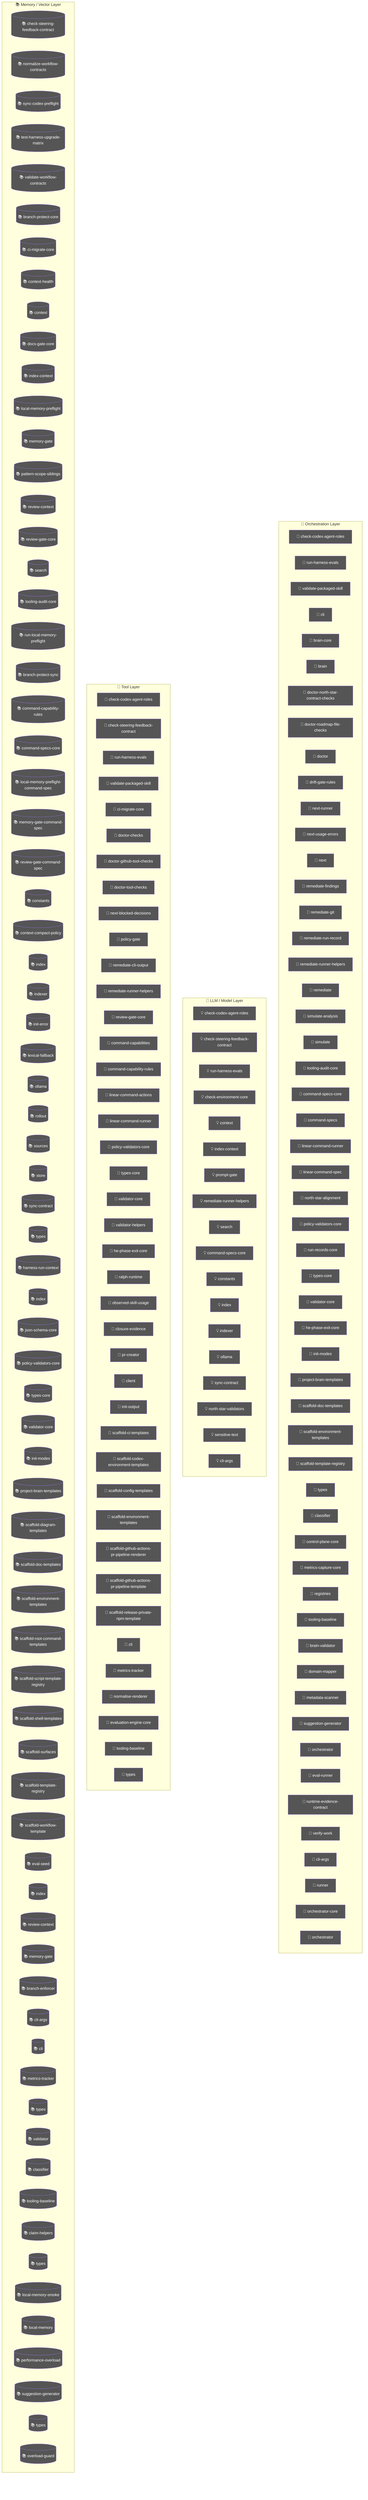
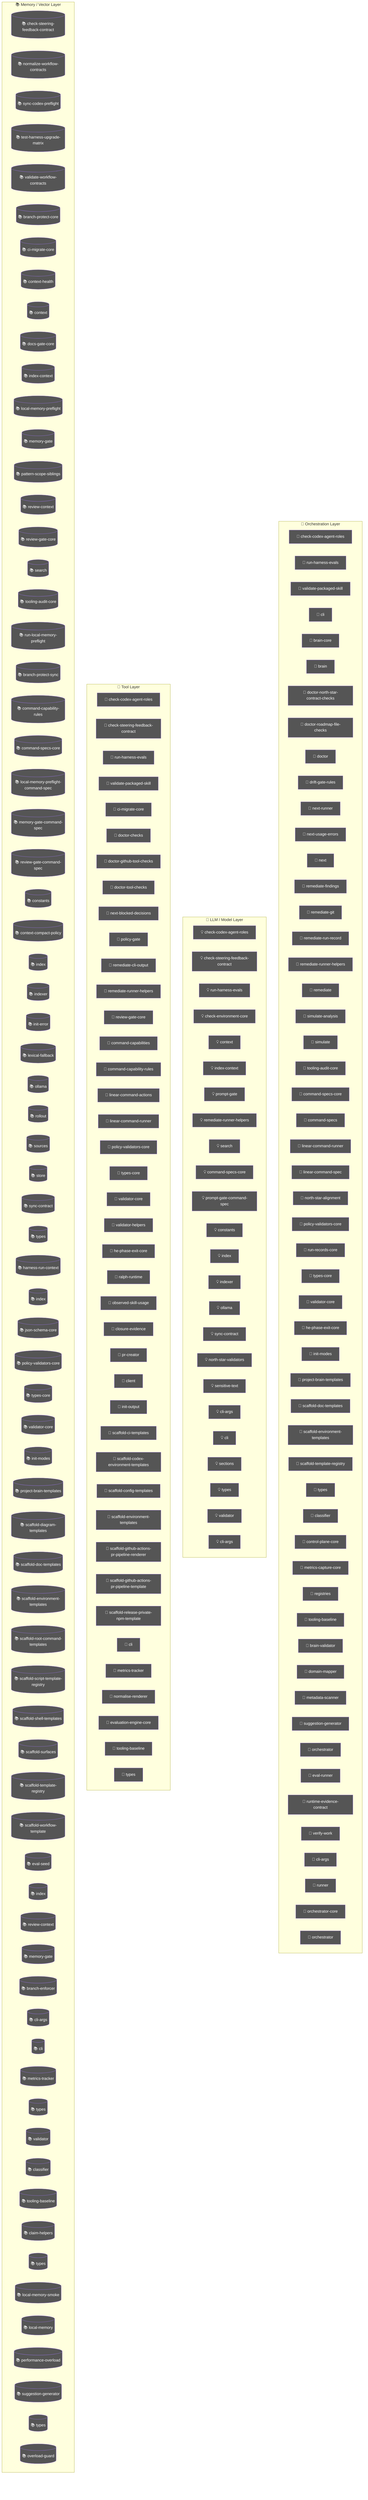
flowchart TD
  subgraph Orchestration["🎯 Orchestration Layer"]
    node_agent_mmd_orchestration_layer_orchestration_chec_7a9f0b64["🤖 check-codex-agent-roles"]
    node_agent_mmd_orchestration_layer_orchestration_run__18817957["🤖 run-harness-evals"]
    node_agent_mmd_orchestration_layer_orchestration_vali_c01b04be["🤖 validate-packaged-skill"]
    cli_99bb8840["🤖 cli"]
    brain_core_aa07c380["🤖 brain-core"]
    brain_bbbf7a64["🤖 brain"]
    doctor_north_star_contract_checks_0048124c["🤖 doctor-north-star-contract-checks"]
    doctor_roadmap_file_checks_14447b8e["🤖 doctor-roadmap-file-checks"]
    doctor_72f4be89["🤖 doctor"]
    drift_gate_rules_9685e72d["🤖 drift-gate-rules"]
    next_runner_41643472["🤖 next-runner"]
    next_usage_errors_837a345a["🤖 next-usage-errors"]
    next_c6c1c9a9["🤖 next"]
    remediate_findings_8b09c8c6["🤖 remediate-findings"]
    remediate_git_58c6f6f4["🤖 remediate-git"]
    remediate_run_record_9dfe5dc1["🤖 remediate-run-record"]
    node_agent_mmd_orchestration_layer_orchestration_reme_359fe98f["🤖 remediate-runner-helpers"]
    remediate_06b9c7fc["🤖 remediate"]
    simulate_analysis_164a460c["🤖 simulate-analysis"]
    simulate_b9efe395["🤖 simulate"]
    node_agent_mmd_orchestration_layer_orchestration_tool_acfe0c01["🤖 tooling-audit-core"]
    node_agent_mmd_orchestration_layer_orchestration_comm_1f8cc24c["🤖 command-specs-core"]
    command_specs_69167c63["🤖 command-specs"]
    node_agent_mmd_orchestration_layer_orchestration_line_b67affd5["🤖 linear-command-runner"]
    linear_command_spec_1e12dd44["🤖 linear-command-spec"]
    north_star_alignment_00440188["🤖 north-star-alignment"]
    node_agent_mmd_orchestration_layer_orchestration_poli_3270b55d["🤖 policy-validators-core"]
    run_records_core_89286dfa["🤖 run-records-core"]
    node_agent_mmd_orchestration_layer_orchestration_type_7cf81261["🤖 types-core"]
    node_agent_mmd_orchestration_layer_orchestration_vali_d9fe99e6["🤖 validator-core"]
    node_agent_mmd_orchestration_layer_orchestration_he_p_fc778c24["🤖 he-phase-exit-core"]
    node_agent_mmd_orchestration_layer_orchestration_init_2a9c3ecb["🤖 init-modes"]
    node_agent_mmd_orchestration_layer_orchestration_proj_6ab6f60f["🤖 project-brain-templates"]
    node_agent_mmd_orchestration_layer_orchestration_scaf_12cc07db["🤖 scaffold-doc-templates"]
    node_agent_mmd_orchestration_layer_orchestration_scaf_c9a90c2f["🤖 scaffold-environment-templates"]
    node_agent_mmd_orchestration_layer_orchestration_scaf_ff8f92f6["🤖 scaffold-template-registry"]
    types_9_1db4641f["🤖 types"]
    node_agent_mmd_orchestration_layer_orchestration_clas_899b821a["🤖 classifier"]
    control_plane_core_db3b4cb2["🤖 control-plane-core"]
    metrics_capture_core_db4bf7cf["🤖 metrics-capture-core"]
    registries_06402afa["🤖 registries"]
    node_agent_mmd_orchestration_layer_orchestration_tool_cc43149f["🤖 tooling-baseline"]
    brain_validator_be251832["🤖 brain-validator"]
    domain_mapper_cd9333d2["🤖 domain-mapper"]
    metadata_scanner_6a101b66["🤖 metadata-scanner"]
    node_agent_mmd_orchestration_layer_orchestration_sugg_85c5ebe3["🤖 suggestion-generator"]
    orchestrator_11376b7e["🤖 orchestrator"]
    eval_runner_0966a6b3["🤖 eval-runner"]
    runtime_evidence_contract_0f7b15b2["🤖 runtime-evidence-contract"]
    verify_work_1_cd8e7ec3["🤖 verify-work"]
-     cli_args_7_16dab031["🤖 cli-args"]
+     cli_args_8_d546936e["🤖 cli-args"]
    runner_527aa9f4["🤖 runner"]
    orchestrator_core_d0678b53["🤖 orchestrator-core"]
    orchestrator_1_6b7137c5["🤖 orchestrator"]
  end
  subgraph LLMLayer["🧠 LLM / Model Layer"]
    node_agent_mmd_llm_model_layer_llmlayer_check_codex_a_29e7b7fa["💡 check-codex-agent-roles"]
    node_agent_mmd_llm_model_layer_llmlayer_check_steerin_a7dbbd2f["💡 check-steering-feedback-contract"]
    node_agent_mmd_llm_model_layer_llmlayer_run_harness_e_603fcfdc["💡 run-harness-evals"]
    check_environment_core_2c16213f["💡 check-environment-core"]
    node_agent_mmd_llm_model_layer_llmlayer_context_conte_ad2dfbd9["💡 context"]
    node_agent_mmd_llm_model_layer_llmlayer_index_context_1041bd11["💡 index-context"]
    prompt_gate_c5e9d207["💡 prompt-gate"]
    node_agent_mmd_llm_model_layer_llmlayer_remediate_run_9e3d4585["💡 remediate-runner-helpers"]
    node_agent_mmd_llm_model_layer_llmlayer_search_search_66b9a911["💡 search"]
    node_agent_mmd_llm_model_layer_llmlayer_command_specs_782af9fa["💡 command-specs-core"]
+     prompt_gate_command_spec_9a941482["💡 prompt-gate-command-spec"]
    node_agent_mmd_llm_model_layer_llmlayer_constants_con_c9bd3f6c["💡 constants"]
    node_agent_mmd_llm_model_layer_llmlayer_index_index_1_02e160ff["💡 index"]
    node_agent_mmd_llm_model_layer_llmlayer_indexer_index_4f4deef5["💡 indexer"]
    node_agent_mmd_llm_model_layer_llmlayer_ollama_ollama_968b23fa["💡 ollama"]
    node_agent_mmd_llm_model_layer_llmlayer_sync_contract_9f3cc8c1["💡 sync-contract"]
    north_star_validators_cfc926ce["💡 north-star-validators"]
    sensitive_text_7c11f760["💡 sensitive-text"]
    cli_args_5_09ea29f0["💡 cli-args"]
+     cli_6_eac72be2["💡 cli"]
+     sections_4697ef32["💡 sections"]
+     types_19_eb4ad5f0["💡 types"]
+     validator_6_3688adbf["💡 validator"]
+     cli_args_6_be6244ad["💡 cli-args"]
  end
  subgraph ToolLayer["🔧 Tool Layer"]
    node_agent_mmd_tool_layer_toollayer_check_codex_agent_4b361d5a["🔧 check-codex-agent-roles"]
    node_agent_mmd_tool_layer_toollayer_check_steering_fe_84ed22c2["🔧 check-steering-feedback-contract"]
    node_agent_mmd_tool_layer_toollayer_run_harness_evals_e2ee24f1["🔧 run-harness-evals"]
    node_agent_mmd_tool_layer_toollayer_validate_packaged_f6ed6f12["🔧 validate-packaged-skill"]
    node_agent_mmd_tool_layer_toollayer_ci_migrate_core_c_049f8460["🔧 ci-migrate-core"]
    doctor_checks_5a2eb2b9["🔧 doctor-checks"]
    doctor_github_tool_checks_a53b0382["🔧 doctor-github-tool-checks"]
    doctor_tool_checks_4acac51a["🔧 doctor-tool-checks"]
    next_blocked_decisions_4140ad2b["🔧 next-blocked-decisions"]
    policy_gate_213f7313["🔧 policy-gate"]
    remediate_cli_output_cc165396["🔧 remediate-cli-output"]
    node_agent_mmd_tool_layer_toollayer_remediate_runner__c003b871["🔧 remediate-runner-helpers"]
    node_agent_mmd_tool_layer_toollayer_review_gate_core__7704598b["🔧 review-gate-core"]
    command_capabilities_a4d5c71e["🔧 command-capabilities"]
    node_agent_mmd_tool_layer_toollayer_command_capabilit_e97a4615["🔧 command-capability-rules"]
    linear_command_actions_e430f4f4["🔧 linear-command-actions"]
    node_agent_mmd_tool_layer_toollayer_linear_command_ru_d6763748["🔧 linear-command-runner"]
    node_agent_mmd_tool_layer_toollayer_policy_validators_af136abf["🔧 policy-validators-core"]
    node_agent_mmd_tool_layer_toollayer_types_core_types__6c8319b6["🔧 types-core"]
    node_agent_mmd_tool_layer_toollayer_validator_core_va_6ef6131f["🔧 validator-core"]
    validator_helpers_7b927667["🔧 validator-helpers"]
    node_agent_mmd_tool_layer_toollayer_he_phase_exit_cor_af016160["🔧 he-phase-exit-core"]
    ralph_runtime_73d63c0e["🔧 ralph-runtime"]
    observed_skill_usage_ed7d5930["🔧 observed-skill-usage"]
    closure_evidence_aaa31467["🔧 closure-evidence"]
    pr_creator_dc6b1ea4["🔧 pr-creator"]
    client_948fe603["🔧 client"]
    init_output_360dce91["🔧 init-output"]
    scaffold_ci_templates_2afd6392["🔧 scaffold-ci-templates"]
    scaffold_codex_environment_templates_334fbbed["🔧 scaffold-codex-environment-templates"]
    scaffold_config_templates_4b80ce53["🔧 scaffold-config-templates"]
    node_agent_mmd_tool_layer_toollayer_scaffold_environm_c1afc013["🔧 scaffold-environment-templates"]
    scaffold_github_actions_pr_pipeline_renderer_1ee18de5["🔧 scaffold-github-actions-pr-pipeline-renderer"]
    scaffold_github_actions_pr_pipeline_template_e2b85f62["🔧 scaffold-github-actions-pr-pipeline-template"]
    scaffold_release_private_npm_template_075499f8["🔧 scaffold-release-private-npm-template"]
    node_agent_mmd_tool_layer_toollayer_cli_cli_2_1_32d9eeaf["🔧 cli"]
    node_agent_mmd_tool_layer_toollayer_metrics_tracker_m_4c9237d8["🔧 metrics-tracker"]
    normalise_renderer_85f2e563["🔧 normalise-renderer"]
    evaluation_engine_core_e054fe49["🔧 evaluation-engine-core"]
    node_agent_mmd_tool_layer_toollayer_tooling_baseline__61e66e9f["🔧 tooling-baseline"]
-     types_24_c63dc1a7["🔧 types"]
+     types_25_89d086aa["🔧 types"]
  end
  subgraph MemoryLayer["📚 Memory / Vector Layer"]
    node_agent_mmd_memory_vector_layer_memorylayer_check__d71f8993[("📚 check-steering-feedback-contract")]
    normalize_workflow_contracts_8701f1c8[("📚 normalize-workflow-contracts")]
    sync_codex_preflight_7e7a8dc2[("📚 sync-codex-preflight")]
    test_harness_upgrade_matrix_84113c4e[("📚 test-harness-upgrade-matrix")]
    validate_workflow_contracts_33dc063c[("📚 validate-workflow-contracts")]
    branch_protect_core_a8feb0fd[("📚 branch-protect-core")]
    node_agent_mmd_memory_vector_layer_memorylayer_ci_mig_0cd5b1a4[("📚 ci-migrate-core")]
    context_health_80bb7da9[("📚 context-health")]
    node_agent_mmd_memory_vector_layer_memorylayer_contex_78ceaaa9[("📚 context")]
    docs_gate_core_eb9b6c18[("📚 docs-gate-core")]
    node_agent_mmd_memory_vector_layer_memorylayer_index__6f3402d0[("📚 index-context")]
    local_memory_preflight_dcc36c42[("📚 local-memory-preflight")]
    memory_gate_a577a506[("📚 memory-gate")]
    pattern_scope_siblings_43abe000[("📚 pattern-scope-siblings")]
    review_context_ca6cf81d[("📚 review-context")]
    node_agent_mmd_memory_vector_layer_memorylayer_review_5bee9816[("📚 review-gate-core")]
    node_agent_mmd_memory_vector_layer_memorylayer_search_ac35cb7e[("📚 search")]
    node_agent_mmd_memory_vector_layer_memorylayer_toolin_a1185b8f[("📚 tooling-audit-core")]
    run_local_memory_preflight_36e92808[("📚 run-local-memory-preflight")]
    branch_protect_sync_570adb18[("📚 branch-protect-sync")]
    node_agent_mmd_memory_vector_layer_memorylayer_comman_c72a5d05[("📚 command-capability-rules")]
    node_agent_mmd_memory_vector_layer_memorylayer_comman_111eb454[("📚 command-specs-core")]
    local_memory_preflight_command_spec_9e23f3ce[("📚 local-memory-preflight-command-spec")]
    memory_gate_command_spec_dc9001a9[("📚 memory-gate-command-spec")]
    review_gate_command_spec_3187376a[("📚 review-gate-command-spec")]
    node_agent_mmd_memory_vector_layer_memorylayer_consta_702d3f46[("📚 constants")]
    context_compact_policy_3dcaf95d[("📚 context-compact-policy")]
    node_agent_mmd_memory_vector_layer_memorylayer_index__752bc61e[("📚 index")]
    node_agent_mmd_memory_vector_layer_memorylayer_indexe_93e6d86f[("📚 indexer")]
    init_error_5c7dd49f[("📚 init-error")]
    lexical_fallback_723e2b3e[("📚 lexical-fallback")]
    node_agent_mmd_memory_vector_layer_memorylayer_ollama_6d51be16[("📚 ollama")]
    rollout_a4fa034c[("📚 rollout")]
    sources_878a52fc[("📚 sources")]
    store_824d80d7[("📚 store")]
    node_agent_mmd_memory_vector_layer_memorylayer_sync_c_e43418bc[("📚 sync-contract")]
    types_4_822d0f88[("📚 types")]
    harness_run_context_ac7c77a9[("📚 harness-run-context")]
    index_1_faebc14e[("📚 index")]
    json_schema_core_96d7e328[("📚 json-schema-core")]
    node_agent_mmd_memory_vector_layer_memorylayer_policy_1944de42[("📚 policy-validators-core")]
    node_agent_mmd_memory_vector_layer_memorylayer_types__83f369fa[("📚 types-core")]
    node_agent_mmd_memory_vector_layer_memorylayer_valida_41034356[("📚 validator-core")]
    node_agent_mmd_memory_vector_layer_memorylayer_init_m_333d02c5[("📚 init-modes")]
    node_agent_mmd_memory_vector_layer_memorylayer_projec_3ae304d9[("📚 project-brain-templates")]
    scaffold_diagram_templates_dd88e83c[("📚 scaffold-diagram-templates")]
    node_agent_mmd_memory_vector_layer_memorylayer_scaffo_5fd73b94[("📚 scaffold-doc-templates")]
    node_agent_mmd_memory_vector_layer_memorylayer_scaffo_12b42341[("📚 scaffold-environment-templates")]
    scaffold_root_command_templates_404fed7f[("📚 scaffold-root-command-templates")]
    scaffold_script_template_registry_69312d4e[("📚 scaffold-script-template-registry")]
    scaffold_shell_templates_0ad0f915[("📚 scaffold-shell-templates")]
    scaffold_surfaces_12d6494e[("📚 scaffold-surfaces")]
    node_agent_mmd_memory_vector_layer_memorylayer_scaffo_a86eece1[("📚 scaffold-template-registry")]
    scaffold_workflow_template_92310587[("📚 scaffold-workflow-template")]
    eval_seed_5699fd3e[("📚 eval-seed")]
    index_4_013aa0e3[("📚 index")]
    review_context_1_e3afed15[("📚 review-context")]
    memory_gate_1_265164ac[("📚 memory-gate")]
    branch_enforcer_acb749cd[("📚 branch-enforcer")]
    cli_args_2_81c58cf7[("📚 cli-args")]
    node_agent_mmd_memory_vector_layer_memorylayer_cli_cl_1f1f89ab[("📚 cli")]
    node_agent_mmd_memory_vector_layer_memorylayer_metric_12562178[("📚 metrics-tracker")]
    types_11_4be3ee64[("📚 types")]
    validator_4_5180cf23[("📚 validator")]
    node_agent_mmd_memory_vector_layer_memorylayer_classi_1ebbf5ff[("📚 classifier")]
    node_agent_mmd_memory_vector_layer_memorylayer_toolin_14f86b00[("📚 tooling-baseline")]
    claim_helpers_20dc8387[("📚 claim-helpers")]
    types_16_0fae1112[("📚 types")]
    local_memory_smoke_1175abfc[("📚 local-memory-smoke")]
    local_memory_0db17ecc[("📚 local-memory")]
    performance_overload_c685bfcf[("📚 performance-overload")]
    node_agent_mmd_memory_vector_layer_memorylayer_sugges_267f408d[("📚 suggestion-generator")]
-     types_22_f3cf4a73[("📚 types")]
+     types_23_4352ee2e[("📚 types")]
    overload_guard_2748c559[("📚 overload-guard")]
  end
  classDef agentNode fill:#555,color:#fff
-   class node_agent_mmd_orchestration_layer_orchestration_chec_7a9f0b64,node_agent_mmd_llm_model_layer_llmlayer_check_codex_a_29e7b7fa,node_agent_mmd_tool_layer_toollayer_check_codex_agent_4b361d5a,node_agent_mmd_orchestration_layer_orchestration_run__18817957,node_agent_mmd_llm_model_layer_llmlayer_run_harness_e_603fcfdc,node_agent_mmd_tool_layer_toollayer_run_harness_evals_e2ee24f1,node_agent_mmd_orchestration_layer_orchestration_vali_c01b04be,node_agent_mmd_tool_layer_toollayer_validate_packaged_f6ed6f12,cli_99bb8840,brain_core_aa07c380,brain_bbbf7a64,doctor_north_star_contract_checks_0048124c,doctor_roadmap_file_checks_14447b8e,doctor_72f4be89,drift_gate_rules_9685e72d,next_runner_41643472,next_usage_errors_837a345a,next_c6c1c9a9,remediate_findings_8b09c8c6,remediate_git_58c6f6f4,remediate_run_record_9dfe5dc1,node_agent_mmd_orchestration_layer_orchestration_reme_359fe98f,node_agent_mmd_llm_model_layer_llmlayer_remediate_run_9e3d4585,node_agent_mmd_tool_layer_toollayer_remediate_runner__c003b871,remediate_06b9c7fc,simulate_analysis_164a460c,simulate_b9efe395,node_agent_mmd_orchestration_layer_orchestration_tool_acfe0c01,node_agent_mmd_memory_vector_layer_memorylayer_toolin_a1185b8f,node_agent_mmd_orchestration_layer_orchestration_comm_1f8cc24c,node_agent_mmd_llm_model_layer_llmlayer_command_specs_782af9fa,node_agent_mmd_memory_vector_layer_memorylayer_comman_111eb454,command_specs_69167c63,node_agent_mmd_orchestration_layer_orchestration_line_b67affd5,node_agent_mmd_tool_layer_toollayer_linear_command_ru_d6763748,linear_command_spec_1e12dd44,north_star_alignment_00440188,node_agent_mmd_orchestration_layer_orchestration_poli_3270b55d,node_agent_mmd_tool_layer_toollayer_policy_validators_af136abf,node_agent_mmd_memory_vector_layer_memorylayer_policy_1944de42,run_records_core_89286dfa,node_agent_mmd_orchestration_layer_orchestration_type_7cf81261,node_agent_mmd_tool_layer_toollayer_types_core_types__6c8319b6,node_agent_mmd_memory_vector_layer_memorylayer_types__83f369fa,node_agent_mmd_orchestration_layer_orchestration_vali_d9fe99e6,node_agent_mmd_tool_layer_toollayer_validator_core_va_6ef6131f,node_agent_mmd_memory_vector_layer_memorylayer_valida_41034356,node_agent_mmd_orchestration_layer_orchestration_he_p_fc778c24,node_agent_mmd_tool_layer_toollayer_he_phase_exit_cor_af016160,node_agent_mmd_orchestration_layer_orchestration_init_2a9c3ecb,node_agent_mmd_memory_vector_layer_memorylayer_init_m_333d02c5,node_agent_mmd_orchestration_layer_orchestration_proj_6ab6f60f,node_agent_mmd_memory_vector_layer_memorylayer_projec_3ae304d9,node_agent_mmd_orchestration_layer_orchestration_scaf_12cc07db,node_agent_mmd_memory_vector_layer_memorylayer_scaffo_5fd73b94,node_agent_mmd_orchestration_layer_orchestration_scaf_c9a90c2f,node_agent_mmd_tool_layer_toollayer_scaffold_environm_c1afc013,node_agent_mmd_memory_vector_layer_memorylayer_scaffo_12b42341,node_agent_mmd_orchestration_layer_orchestration_scaf_ff8f92f6,node_agent_mmd_memory_vector_layer_memorylayer_scaffo_a86eece1,types_9_1db4641f,node_agent_mmd_orchestration_layer_orchestration_clas_899b821a,node_agent_mmd_memory_vector_layer_memorylayer_classi_1ebbf5ff,control_plane_core_db3b4cb2,metrics_capture_core_db4bf7cf,registries_06402afa,node_agent_mmd_orchestration_layer_orchestration_tool_cc43149f,node_agent_mmd_tool_layer_toollayer_tooling_baseline__61e66e9f,node_agent_mmd_memory_vector_layer_memorylayer_toolin_14f86b00,brain_validator_be251832,domain_mapper_cd9333d2,metadata_scanner_6a101b66,node_agent_mmd_orchestration_layer_orchestration_sugg_85c5ebe3,node_agent_mmd_memory_vector_layer_memorylayer_sugges_267f408d,orchestrator_11376b7e,eval_runner_0966a6b3,runtime_evidence_contract_0f7b15b2,verify_work_1_cd8e7ec3,cli_args_7_16dab031,runner_527aa9f4,orchestrator_core_d0678b53,orchestrator_1_6b7137c5 agentNode
+   class node_agent_mmd_orchestration_layer_orchestration_chec_7a9f0b64,node_agent_mmd_llm_model_layer_llmlayer_check_codex_a_29e7b7fa,node_agent_mmd_tool_layer_toollayer_check_codex_agent_4b361d5a,node_agent_mmd_orchestration_layer_orchestration_run__18817957,node_agent_mmd_llm_model_layer_llmlayer_run_harness_e_603fcfdc,node_agent_mmd_tool_layer_toollayer_run_harness_evals_e2ee24f1,node_agent_mmd_orchestration_layer_orchestration_vali_c01b04be,node_agent_mmd_tool_layer_toollayer_validate_packaged_f6ed6f12,cli_99bb8840,brain_core_aa07c380,brain_bbbf7a64,doctor_north_star_contract_checks_0048124c,doctor_roadmap_file_checks_14447b8e,doctor_72f4be89,drift_gate_rules_9685e72d,next_runner_41643472,next_usage_errors_837a345a,next_c6c1c9a9,remediate_findings_8b09c8c6,remediate_git_58c6f6f4,remediate_run_record_9dfe5dc1,node_agent_mmd_orchestration_layer_orchestration_reme_359fe98f,node_agent_mmd_llm_model_layer_llmlayer_remediate_run_9e3d4585,node_agent_mmd_tool_layer_toollayer_remediate_runner__c003b871,remediate_06b9c7fc,simulate_analysis_164a460c,simulate_b9efe395,node_agent_mmd_orchestration_layer_orchestration_tool_acfe0c01,node_agent_mmd_memory_vector_layer_memorylayer_toolin_a1185b8f,node_agent_mmd_orchestration_layer_orchestration_comm_1f8cc24c,node_agent_mmd_llm_model_layer_llmlayer_command_specs_782af9fa,node_agent_mmd_memory_vector_layer_memorylayer_comman_111eb454,command_specs_69167c63,node_agent_mmd_orchestration_layer_orchestration_line_b67affd5,node_agent_mmd_tool_layer_toollayer_linear_command_ru_d6763748,linear_command_spec_1e12dd44,north_star_alignment_00440188,node_agent_mmd_orchestration_layer_orchestration_poli_3270b55d,node_agent_mmd_tool_layer_toollayer_policy_validators_af136abf,node_agent_mmd_memory_vector_layer_memorylayer_policy_1944de42,run_records_core_89286dfa,node_agent_mmd_orchestration_layer_orchestration_type_7cf81261,node_agent_mmd_tool_layer_toollayer_types_core_types__6c8319b6,node_agent_mmd_memory_vector_layer_memorylayer_types__83f369fa,node_agent_mmd_orchestration_layer_orchestration_vali_d9fe99e6,node_agent_mmd_tool_layer_toollayer_validator_core_va_6ef6131f,node_agent_mmd_memory_vector_layer_memorylayer_valida_41034356,node_agent_mmd_orchestration_layer_orchestration_he_p_fc778c24,node_agent_mmd_tool_layer_toollayer_he_phase_exit_cor_af016160,node_agent_mmd_orchestration_layer_orchestration_init_2a9c3ecb,node_agent_mmd_memory_vector_layer_memorylayer_init_m_333d02c5,node_agent_mmd_orchestration_layer_orchestration_proj_6ab6f60f,node_agent_mmd_memory_vector_layer_memorylayer_projec_3ae304d9,node_agent_mmd_orchestration_layer_orchestration_scaf_12cc07db,node_agent_mmd_memory_vector_layer_memorylayer_scaffo_5fd73b94,node_agent_mmd_orchestration_layer_orchestration_scaf_c9a90c2f,node_agent_mmd_tool_layer_toollayer_scaffold_environm_c1afc013,node_agent_mmd_memory_vector_layer_memorylayer_scaffo_12b42341,node_agent_mmd_orchestration_layer_orchestration_scaf_ff8f92f6,node_agent_mmd_memory_vector_layer_memorylayer_scaffo_a86eece1,types_9_1db4641f,node_agent_mmd_orchestration_layer_orchestration_clas_899b821a,node_agent_mmd_memory_vector_layer_memorylayer_classi_1ebbf5ff,control_plane_core_db3b4cb2,metrics_capture_core_db4bf7cf,registries_06402afa,node_agent_mmd_orchestration_layer_orchestration_tool_cc43149f,node_agent_mmd_tool_layer_toollayer_tooling_baseline__61e66e9f,node_agent_mmd_memory_vector_layer_memorylayer_toolin_14f86b00,brain_validator_be251832,domain_mapper_cd9333d2,metadata_scanner_6a101b66,node_agent_mmd_orchestration_layer_orchestration_sugg_85c5ebe3,node_agent_mmd_memory_vector_layer_memorylayer_sugges_267f408d,orchestrator_11376b7e,eval_runner_0966a6b3,runtime_evidence_contract_0f7b15b2,verify_work_1_cd8e7ec3,cli_args_8_d546936e,runner_527aa9f4,orchestrator_core_d0678b53,orchestrator_1_6b7137c5 agentNode
  classDef llmNode fill:#555,color:#fff
-   class node_agent_mmd_orchestration_layer_orchestration_chec_7a9f0b64,node_agent_mmd_llm_model_layer_llmlayer_check_codex_a_29e7b7fa,node_agent_mmd_tool_layer_toollayer_check_codex_agent_4b361d5a,node_agent_mmd_llm_model_layer_llmlayer_check_steerin_a7dbbd2f,node_agent_mmd_tool_layer_toollayer_check_steering_fe_84ed22c2,node_agent_mmd_memory_vector_layer_memorylayer_check__d71f8993,node_agent_mmd_orchestration_layer_orchestration_run__18817957,node_agent_mmd_llm_model_layer_llmlayer_run_harness_e_603fcfdc,node_agent_mmd_tool_layer_toollayer_run_harness_evals_e2ee24f1,check_environment_core_2c16213f,node_agent_mmd_llm_model_layer_llmlayer_context_conte_ad2dfbd9,node_agent_mmd_memory_vector_layer_memorylayer_contex_78ceaaa9,node_agent_mmd_llm_model_layer_llmlayer_index_context_1041bd11,node_agent_mmd_memory_vector_layer_memorylayer_index__6f3402d0,prompt_gate_c5e9d207,node_agent_mmd_orchestration_layer_orchestration_reme_359fe98f,node_agent_mmd_llm_model_layer_llmlayer_remediate_run_9e3d4585,node_agent_mmd_tool_layer_toollayer_remediate_runner__c003b871,node_agent_mmd_llm_model_layer_llmlayer_search_search_66b9a911,node_agent_mmd_memory_vector_layer_memorylayer_search_ac35cb7e,node_agent_mmd_orchestration_layer_orchestration_comm_1f8cc24c,node_agent_mmd_llm_model_layer_llmlayer_command_specs_782af9fa,node_agent_mmd_memory_vector_layer_memorylayer_comman_111eb454,node_agent_mmd_llm_model_layer_llmlayer_constants_con_c9bd3f6c,node_agent_mmd_memory_vector_layer_memorylayer_consta_702d3f46,node_agent_mmd_llm_model_layer_llmlayer_index_index_1_02e160ff,node_agent_mmd_memory_vector_layer_memorylayer_index__752bc61e,node_agent_mmd_llm_model_layer_llmlayer_indexer_index_4f4deef5,node_agent_mmd_memory_vector_layer_memorylayer_indexe_93e6d86f,node_agent_mmd_llm_model_layer_llmlayer_ollama_ollama_968b23fa,node_agent_mmd_memory_vector_layer_memorylayer_ollama_6d51be16,node_agent_mmd_llm_model_layer_llmlayer_sync_contract_9f3cc8c1,node_agent_mmd_memory_vector_layer_memorylayer_sync_c_e43418bc,north_star_validators_cfc926ce,sensitive_text_7c11f760,cli_args_5_09ea29f0 llmNode
+   class node_agent_mmd_orchestration_layer_orchestration_chec_7a9f0b64,node_agent_mmd_llm_model_layer_llmlayer_check_codex_a_29e7b7fa,node_agent_mmd_tool_layer_toollayer_check_codex_agent_4b361d5a,node_agent_mmd_llm_model_layer_llmlayer_check_steerin_a7dbbd2f,node_agent_mmd_tool_layer_toollayer_check_steering_fe_84ed22c2,node_agent_mmd_memory_vector_layer_memorylayer_check__d71f8993,node_agent_mmd_orchestration_layer_orchestration_run__18817957,node_agent_mmd_llm_model_layer_llmlayer_run_harness_e_603fcfdc,node_agent_mmd_tool_layer_toollayer_run_harness_evals_e2ee24f1,check_environment_core_2c16213f,node_agent_mmd_llm_model_layer_llmlayer_context_conte_ad2dfbd9,node_agent_mmd_memory_vector_layer_memorylayer_contex_78ceaaa9,node_agent_mmd_llm_model_layer_llmlayer_index_context_1041bd11,node_agent_mmd_memory_vector_layer_memorylayer_index__6f3402d0,prompt_gate_c5e9d207,node_agent_mmd_orchestration_layer_orchestration_reme_359fe98f,node_agent_mmd_llm_model_layer_llmlayer_remediate_run_9e3d4585,node_agent_mmd_tool_layer_toollayer_remediate_runner__c003b871,node_agent_mmd_llm_model_layer_llmlayer_search_search_66b9a911,node_agent_mmd_memory_vector_layer_memorylayer_search_ac35cb7e,node_agent_mmd_orchestration_layer_orchestration_comm_1f8cc24c,node_agent_mmd_llm_model_layer_llmlayer_command_specs_782af9fa,node_agent_mmd_memory_vector_layer_memorylayer_comman_111eb454,prompt_gate_command_spec_9a941482,node_agent_mmd_llm_model_layer_llmlayer_constants_con_c9bd3f6c,node_agent_mmd_memory_vector_layer_memorylayer_consta_702d3f46,node_agent_mmd_llm_model_layer_llmlayer_index_index_1_02e160ff,node_agent_mmd_memory_vector_layer_memorylayer_index__752bc61e,node_agent_mmd_llm_model_layer_llmlayer_indexer_index_4f4deef5,node_agent_mmd_memory_vector_layer_memorylayer_indexe_93e6d86f,node_agent_mmd_llm_model_layer_llmlayer_ollama_ollama_968b23fa,node_agent_mmd_memory_vector_layer_memorylayer_ollama_6d51be16,node_agent_mmd_llm_model_layer_llmlayer_sync_contract_9f3cc8c1,node_agent_mmd_memory_vector_layer_memorylayer_sync_c_e43418bc,north_star_validators_cfc926ce,sensitive_text_7c11f760,cli_args_5_09ea29f0,cli_6_eac72be2,sections_4697ef32,types_19_eb4ad5f0,validator_6_3688adbf,cli_args_6_be6244ad llmNode
  classDef toolNode fill:#555,color:#fff
-   class node_agent_mmd_orchestration_layer_orchestration_chec_7a9f0b64,node_agent_mmd_llm_model_layer_llmlayer_check_codex_a_29e7b7fa,node_agent_mmd_tool_layer_toollayer_check_codex_agent_4b361d5a,node_agent_mmd_llm_model_layer_llmlayer_check_steerin_a7dbbd2f,node_agent_mmd_tool_layer_toollayer_check_steering_fe_84ed22c2,node_agent_mmd_memory_vector_layer_memorylayer_check__d71f8993,node_agent_mmd_orchestration_layer_orchestration_run__18817957,node_agent_mmd_llm_model_layer_llmlayer_run_harness_e_603fcfdc,node_agent_mmd_tool_layer_toollayer_run_harness_evals_e2ee24f1,node_agent_mmd_orchestration_layer_orchestration_vali_c01b04be,node_agent_mmd_tool_layer_toollayer_validate_packaged_f6ed6f12,node_agent_mmd_tool_layer_toollayer_ci_migrate_core_c_049f8460,node_agent_mmd_memory_vector_layer_memorylayer_ci_mig_0cd5b1a4,doctor_checks_5a2eb2b9,doctor_github_tool_checks_a53b0382,doctor_tool_checks_4acac51a,next_blocked_decisions_4140ad2b,policy_gate_213f7313,remediate_cli_output_cc165396,node_agent_mmd_orchestration_layer_orchestration_reme_359fe98f,node_agent_mmd_llm_model_layer_llmlayer_remediate_run_9e3d4585,node_agent_mmd_tool_layer_toollayer_remediate_runner__c003b871,node_agent_mmd_tool_layer_toollayer_review_gate_core__7704598b,node_agent_mmd_memory_vector_layer_memorylayer_review_5bee9816,command_capabilities_a4d5c71e,node_agent_mmd_tool_layer_toollayer_command_capabilit_e97a4615,node_agent_mmd_memory_vector_layer_memorylayer_comman_c72a5d05,linear_command_actions_e430f4f4,node_agent_mmd_orchestration_layer_orchestration_line_b67affd5,node_agent_mmd_tool_layer_toollayer_linear_command_ru_d6763748,node_agent_mmd_orchestration_layer_orchestration_poli_3270b55d,node_agent_mmd_tool_layer_toollayer_policy_validators_af136abf,node_agent_mmd_memory_vector_layer_memorylayer_policy_1944de42,node_agent_mmd_orchestration_layer_orchestration_type_7cf81261,node_agent_mmd_tool_layer_toollayer_types_core_types__6c8319b6,node_agent_mmd_memory_vector_layer_memorylayer_types__83f369fa,node_agent_mmd_orchestration_layer_orchestration_vali_d9fe99e6,node_agent_mmd_tool_layer_toollayer_validator_core_va_6ef6131f,node_agent_mmd_memory_vector_layer_memorylayer_valida_41034356,validator_helpers_7b927667,node_agent_mmd_orchestration_layer_orchestration_he_p_fc778c24,node_agent_mmd_tool_layer_toollayer_he_phase_exit_cor_af016160,ralph_runtime_73d63c0e,observed_skill_usage_ed7d5930,closure_evidence_aaa31467,pr_creator_dc6b1ea4,client_948fe603,init_output_360dce91,scaffold_ci_templates_2afd6392,scaffold_codex_environment_templates_334fbbed,scaffold_config_templates_4b80ce53,node_agent_mmd_orchestration_layer_orchestration_scaf_c9a90c2f,node_agent_mmd_tool_layer_toollayer_scaffold_environm_c1afc013,node_agent_mmd_memory_vector_layer_memorylayer_scaffo_12b42341,scaffold_github_actions_pr_pipeline_renderer_1ee18de5,scaffold_github_actions_pr_pipeline_template_e2b85f62,scaffold_release_private_npm_template_075499f8,node_agent_mmd_tool_layer_toollayer_cli_cli_2_1_32d9eeaf,node_agent_mmd_memory_vector_layer_memorylayer_cli_cl_1f1f89ab,node_agent_mmd_tool_layer_toollayer_metrics_tracker_m_4c9237d8,node_agent_mmd_memory_vector_layer_memorylayer_metric_12562178,normalise_renderer_85f2e563,evaluation_engine_core_e054fe49,node_agent_mmd_orchestration_layer_orchestration_tool_cc43149f,node_agent_mmd_tool_layer_toollayer_tooling_baseline__61e66e9f,node_agent_mmd_memory_vector_layer_memorylayer_toolin_14f86b00,types_24_c63dc1a7 toolNode
+   class node_agent_mmd_orchestration_layer_orchestration_chec_7a9f0b64,node_agent_mmd_llm_model_layer_llmlayer_check_codex_a_29e7b7fa,node_agent_mmd_tool_layer_toollayer_check_codex_agent_4b361d5a,node_agent_mmd_llm_model_layer_llmlayer_check_steerin_a7dbbd2f,node_agent_mmd_tool_layer_toollayer_check_steering_fe_84ed22c2,node_agent_mmd_memory_vector_layer_memorylayer_check__d71f8993,node_agent_mmd_orchestration_layer_orchestration_run__18817957,node_agent_mmd_llm_model_layer_llmlayer_run_harness_e_603fcfdc,node_agent_mmd_tool_layer_toollayer_run_harness_evals_e2ee24f1,node_agent_mmd_orchestration_layer_orchestration_vali_c01b04be,node_agent_mmd_tool_layer_toollayer_validate_packaged_f6ed6f12,node_agent_mmd_tool_layer_toollayer_ci_migrate_core_c_049f8460,node_agent_mmd_memory_vector_layer_memorylayer_ci_mig_0cd5b1a4,doctor_checks_5a2eb2b9,doctor_github_tool_checks_a53b0382,doctor_tool_checks_4acac51a,next_blocked_decisions_4140ad2b,policy_gate_213f7313,remediate_cli_output_cc165396,node_agent_mmd_orchestration_layer_orchestration_reme_359fe98f,node_agent_mmd_llm_model_layer_llmlayer_remediate_run_9e3d4585,node_agent_mmd_tool_layer_toollayer_remediate_runner__c003b871,node_agent_mmd_tool_layer_toollayer_review_gate_core__7704598b,node_agent_mmd_memory_vector_layer_memorylayer_review_5bee9816,command_capabilities_a4d5c71e,node_agent_mmd_tool_layer_toollayer_command_capabilit_e97a4615,node_agent_mmd_memory_vector_layer_memorylayer_comman_c72a5d05,linear_command_actions_e430f4f4,node_agent_mmd_orchestration_layer_orchestration_line_b67affd5,node_agent_mmd_tool_layer_toollayer_linear_command_ru_d6763748,node_agent_mmd_orchestration_layer_orchestration_poli_3270b55d,node_agent_mmd_tool_layer_toollayer_policy_validators_af136abf,node_agent_mmd_memory_vector_layer_memorylayer_policy_1944de42,node_agent_mmd_orchestration_layer_orchestration_type_7cf81261,node_agent_mmd_tool_layer_toollayer_types_core_types__6c8319b6,node_agent_mmd_memory_vector_layer_memorylayer_types__83f369fa,node_agent_mmd_orchestration_layer_orchestration_vali_d9fe99e6,node_agent_mmd_tool_layer_toollayer_validator_core_va_6ef6131f,node_agent_mmd_memory_vector_layer_memorylayer_valida_41034356,validator_helpers_7b927667,node_agent_mmd_orchestration_layer_orchestration_he_p_fc778c24,node_agent_mmd_tool_layer_toollayer_he_phase_exit_cor_af016160,ralph_runtime_73d63c0e,observed_skill_usage_ed7d5930,closure_evidence_aaa31467,pr_creator_dc6b1ea4,client_948fe603,init_output_360dce91,scaffold_ci_templates_2afd6392,scaffold_codex_environment_templates_334fbbed,scaffold_config_templates_4b80ce53,node_agent_mmd_orchestration_layer_orchestration_scaf_c9a90c2f,node_agent_mmd_tool_layer_toollayer_scaffold_environm_c1afc013,node_agent_mmd_memory_vector_layer_memorylayer_scaffo_12b42341,scaffold_github_actions_pr_pipeline_renderer_1ee18de5,scaffold_github_actions_pr_pipeline_template_e2b85f62,scaffold_release_private_npm_template_075499f8,node_agent_mmd_tool_layer_toollayer_cli_cli_2_1_32d9eeaf,node_agent_mmd_memory_vector_layer_memorylayer_cli_cl_1f1f89ab,node_agent_mmd_tool_layer_toollayer_metrics_tracker_m_4c9237d8,node_agent_mmd_memory_vector_layer_memorylayer_metric_12562178,normalise_renderer_85f2e563,evaluation_engine_core_e054fe49,node_agent_mmd_orchestration_layer_orchestration_tool_cc43149f,node_agent_mmd_tool_layer_toollayer_tooling_baseline__61e66e9f,node_agent_mmd_memory_vector_layer_memorylayer_toolin_14f86b00,types_25_89d086aa toolNode
  classDef memNode fill:#555,color:#fff
-   class node_agent_mmd_llm_model_layer_llmlayer_check_steerin_a7dbbd2f,node_agent_mmd_tool_layer_toollayer_check_steering_fe_84ed22c2,node_agent_mmd_memory_vector_layer_memorylayer_check__d71f8993,normalize_workflow_contracts_8701f1c8,sync_codex_preflight_7e7a8dc2,test_harness_upgrade_matrix_84113c4e,validate_workflow_contracts_33dc063c,branch_protect_core_a8feb0fd,node_agent_mmd_tool_layer_toollayer_ci_migrate_core_c_049f8460,node_agent_mmd_memory_vector_layer_memorylayer_ci_mig_0cd5b1a4,context_health_80bb7da9,node_agent_mmd_llm_model_layer_llmlayer_context_conte_ad2dfbd9,node_agent_mmd_memory_vector_layer_memorylayer_contex_78ceaaa9,docs_gate_core_eb9b6c18,node_agent_mmd_llm_model_layer_llmlayer_index_context_1041bd11,node_agent_mmd_memory_vector_layer_memorylayer_index__6f3402d0,local_memory_preflight_dcc36c42,memory_gate_a577a506,pattern_scope_siblings_43abe000,review_context_ca6cf81d,node_agent_mmd_tool_layer_toollayer_review_gate_core__7704598b,node_agent_mmd_memory_vector_layer_memorylayer_review_5bee9816,node_agent_mmd_llm_model_layer_llmlayer_search_search_66b9a911,node_agent_mmd_memory_vector_layer_memorylayer_search_ac35cb7e,node_agent_mmd_orchestration_layer_orchestration_tool_acfe0c01,node_agent_mmd_memory_vector_layer_memorylayer_toolin_a1185b8f,run_local_memory_preflight_36e92808,branch_protect_sync_570adb18,node_agent_mmd_tool_layer_toollayer_command_capabilit_e97a4615,node_agent_mmd_memory_vector_layer_memorylayer_comman_c72a5d05,node_agent_mmd_orchestration_layer_orchestration_comm_1f8cc24c,node_agent_mmd_llm_model_layer_llmlayer_command_specs_782af9fa,node_agent_mmd_memory_vector_layer_memorylayer_comman_111eb454,local_memory_preflight_command_spec_9e23f3ce,memory_gate_command_spec_dc9001a9,review_gate_command_spec_3187376a,node_agent_mmd_llm_model_layer_llmlayer_constants_con_c9bd3f6c,node_agent_mmd_memory_vector_layer_memorylayer_consta_702d3f46,context_compact_policy_3dcaf95d,node_agent_mmd_llm_model_layer_llmlayer_index_index_1_02e160ff,node_agent_mmd_memory_vector_layer_memorylayer_index__752bc61e,node_agent_mmd_llm_model_layer_llmlayer_indexer_index_4f4deef5,node_agent_mmd_memory_vector_layer_memorylayer_indexe_93e6d86f,init_error_5c7dd49f,lexical_fallback_723e2b3e,node_agent_mmd_llm_model_layer_llmlayer_ollama_ollama_968b23fa,node_agent_mmd_memory_vector_layer_memorylayer_ollama_6d51be16,rollout_a4fa034c,sources_878a52fc,store_824d80d7,node_agent_mmd_llm_model_layer_llmlayer_sync_contract_9f3cc8c1,node_agent_mmd_memory_vector_layer_memorylayer_sync_c_e43418bc,types_4_822d0f88,harness_run_context_ac7c77a9,index_1_faebc14e,json_schema_core_96d7e328,node_agent_mmd_orchestration_layer_orchestration_poli_3270b55d,node_agent_mmd_tool_layer_toollayer_policy_validators_af136abf,node_agent_mmd_memory_vector_layer_memorylayer_policy_1944de42,node_agent_mmd_orchestration_layer_orchestration_type_7cf81261,node_agent_mmd_tool_layer_toollayer_types_core_types__6c8319b6,node_agent_mmd_memory_vector_layer_memorylayer_types__83f369fa,node_agent_mmd_orchestration_layer_orchestration_vali_d9fe99e6,node_agent_mmd_tool_layer_toollayer_validator_core_va_6ef6131f,node_agent_mmd_memory_vector_layer_memorylayer_valida_41034356,node_agent_mmd_orchestration_layer_orchestration_init_2a9c3ecb,node_agent_mmd_memory_vector_layer_memorylayer_init_m_333d02c5,node_agent_mmd_orchestration_layer_orchestration_proj_6ab6f60f,node_agent_mmd_memory_vector_layer_memorylayer_projec_3ae304d9,scaffold_diagram_templates_dd88e83c,node_agent_mmd_orchestration_layer_orchestration_scaf_12cc07db,node_agent_mmd_memory_vector_layer_memorylayer_scaffo_5fd73b94,node_agent_mmd_orchestration_layer_orchestration_scaf_c9a90c2f,node_agent_mmd_tool_layer_toollayer_scaffold_environm_c1afc013,node_agent_mmd_memory_vector_layer_memorylayer_scaffo_12b42341,scaffold_root_command_templates_404fed7f,scaffold_script_template_registry_69312d4e,scaffold_shell_templates_0ad0f915,scaffold_surfaces_12d6494e,node_agent_mmd_orchestration_layer_orchestration_scaf_ff8f92f6,node_agent_mmd_memory_vector_layer_memorylayer_scaffo_a86eece1,scaffold_workflow_template_92310587,eval_seed_5699fd3e,index_4_013aa0e3,review_context_1_e3afed15,memory_gate_1_265164ac,branch_enforcer_acb749cd,cli_args_2_81c58cf7,node_agent_mmd_tool_layer_toollayer_cli_cli_2_1_32d9eeaf,node_agent_mmd_memory_vector_layer_memorylayer_cli_cl_1f1f89ab,node_agent_mmd_tool_layer_toollayer_metrics_tracker_m_4c9237d8,node_agent_mmd_memory_vector_layer_memorylayer_metric_12562178,types_11_4be3ee64,validator_4_5180cf23,node_agent_mmd_orchestration_layer_orchestration_clas_899b821a,node_agent_mmd_memory_vector_layer_memorylayer_classi_1ebbf5ff,node_agent_mmd_orchestration_layer_orchestration_tool_cc43149f,node_agent_mmd_tool_layer_toollayer_tooling_baseline__61e66e9f,node_agent_mmd_memory_vector_layer_memorylayer_toolin_14f86b00,claim_helpers_20dc8387,types_16_0fae1112,local_memory_smoke_1175abfc,local_memory_0db17ecc,performance_overload_c685bfcf,node_agent_mmd_orchestration_layer_orchestration_sugg_85c5ebe3,node_agent_mmd_memory_vector_layer_memorylayer_sugges_267f408d,types_22_f3cf4a73,overload_guard_2748c559 memNode
+   class node_agent_mmd_llm_model_layer_llmlayer_check_steerin_a7dbbd2f,node_agent_mmd_tool_layer_toollayer_check_steering_fe_84ed22c2,node_agent_mmd_memory_vector_layer_memorylayer_check__d71f8993,normalize_workflow_contracts_8701f1c8,sync_codex_preflight_7e7a8dc2,test_harness_upgrade_matrix_84113c4e,validate_workflow_contracts_33dc063c,branch_protect_core_a8feb0fd,node_agent_mmd_tool_layer_toollayer_ci_migrate_core_c_049f8460,node_agent_mmd_memory_vector_layer_memorylayer_ci_mig_0cd5b1a4,context_health_80bb7da9,node_agent_mmd_llm_model_layer_llmlayer_context_conte_ad2dfbd9,node_agent_mmd_memory_vector_layer_memorylayer_contex_78ceaaa9,docs_gate_core_eb9b6c18,node_agent_mmd_llm_model_layer_llmlayer_index_context_1041bd11,node_agent_mmd_memory_vector_layer_memorylayer_index__6f3402d0,local_memory_preflight_dcc36c42,memory_gate_a577a506,pattern_scope_siblings_43abe000,review_context_ca6cf81d,node_agent_mmd_tool_layer_toollayer_review_gate_core__7704598b,node_agent_mmd_memory_vector_layer_memorylayer_review_5bee9816,node_agent_mmd_llm_model_layer_llmlayer_search_search_66b9a911,node_agent_mmd_memory_vector_layer_memorylayer_search_ac35cb7e,node_agent_mmd_orchestration_layer_orchestration_tool_acfe0c01,node_agent_mmd_memory_vector_layer_memorylayer_toolin_a1185b8f,run_local_memory_preflight_36e92808,branch_protect_sync_570adb18,node_agent_mmd_tool_layer_toollayer_command_capabilit_e97a4615,node_agent_mmd_memory_vector_layer_memorylayer_comman_c72a5d05,node_agent_mmd_orchestration_layer_orchestration_comm_1f8cc24c,node_agent_mmd_llm_model_layer_llmlayer_command_specs_782af9fa,node_agent_mmd_memory_vector_layer_memorylayer_comman_111eb454,local_memory_preflight_command_spec_9e23f3ce,memory_gate_command_spec_dc9001a9,review_gate_command_spec_3187376a,node_agent_mmd_llm_model_layer_llmlayer_constants_con_c9bd3f6c,node_agent_mmd_memory_vector_layer_memorylayer_consta_702d3f46,context_compact_policy_3dcaf95d,node_agent_mmd_llm_model_layer_llmlayer_index_index_1_02e160ff,node_agent_mmd_memory_vector_layer_memorylayer_index__752bc61e,node_agent_mmd_llm_model_layer_llmlayer_indexer_index_4f4deef5,node_agent_mmd_memory_vector_layer_memorylayer_indexe_93e6d86f,init_error_5c7dd49f,lexical_fallback_723e2b3e,node_agent_mmd_llm_model_layer_llmlayer_ollama_ollama_968b23fa,node_agent_mmd_memory_vector_layer_memorylayer_ollama_6d51be16,rollout_a4fa034c,sources_878a52fc,store_824d80d7,node_agent_mmd_llm_model_layer_llmlayer_sync_contract_9f3cc8c1,node_agent_mmd_memory_vector_layer_memorylayer_sync_c_e43418bc,types_4_822d0f88,harness_run_context_ac7c77a9,index_1_faebc14e,json_schema_core_96d7e328,node_agent_mmd_orchestration_layer_orchestration_poli_3270b55d,node_agent_mmd_tool_layer_toollayer_policy_validators_af136abf,node_agent_mmd_memory_vector_layer_memorylayer_policy_1944de42,node_agent_mmd_orchestration_layer_orchestration_type_7cf81261,node_agent_mmd_tool_layer_toollayer_types_core_types__6c8319b6,node_agent_mmd_memory_vector_layer_memorylayer_types__83f369fa,node_agent_mmd_orchestration_layer_orchestration_vali_d9fe99e6,node_agent_mmd_tool_layer_toollayer_validator_core_va_6ef6131f,node_agent_mmd_memory_vector_layer_memorylayer_valida_41034356,node_agent_mmd_orchestration_layer_orchestration_init_2a9c3ecb,node_agent_mmd_memory_vector_layer_memorylayer_init_m_333d02c5,node_agent_mmd_orchestration_layer_orchestration_proj_6ab6f60f,node_agent_mmd_memory_vector_layer_memorylayer_projec_3ae304d9,scaffold_diagram_templates_dd88e83c,node_agent_mmd_orchestration_layer_orchestration_scaf_12cc07db,node_agent_mmd_memory_vector_layer_memorylayer_scaffo_5fd73b94,node_agent_mmd_orchestration_layer_orchestration_scaf_c9a90c2f,node_agent_mmd_tool_layer_toollayer_scaffold_environm_c1afc013,node_agent_mmd_memory_vector_layer_memorylayer_scaffo_12b42341,scaffold_root_command_templates_404fed7f,scaffold_script_template_registry_69312d4e,scaffold_shell_templates_0ad0f915,scaffold_surfaces_12d6494e,node_agent_mmd_orchestration_layer_orchestration_scaf_ff8f92f6,node_agent_mmd_memory_vector_layer_memorylayer_scaffo_a86eece1,scaffold_workflow_template_92310587,eval_seed_5699fd3e,index_4_013aa0e3,review_context_1_e3afed15,memory_gate_1_265164ac,branch_enforcer_acb749cd,cli_args_2_81c58cf7,node_agent_mmd_tool_layer_toollayer_cli_cli_2_1_32d9eeaf,node_agent_mmd_memory_vector_layer_memorylayer_cli_cl_1f1f89ab,node_agent_mmd_tool_layer_toollayer_metrics_tracker_m_4c9237d8,node_agent_mmd_memory_vector_layer_memorylayer_metric_12562178,types_11_4be3ee64,validator_4_5180cf23,node_agent_mmd_orchestration_layer_orchestration_clas_899b821a,node_agent_mmd_memory_vector_layer_memorylayer_classi_1ebbf5ff,node_agent_mmd_orchestration_layer_orchestration_tool_cc43149f,node_agent_mmd_tool_layer_toollayer_tooling_baseline__61e66e9f,node_agent_mmd_memory_vector_layer_memorylayer_toolin_14f86b00,claim_helpers_20dc8387,types_16_0fae1112,local_memory_smoke_1175abfc,local_memory_0db17ecc,performance_overload_c685bfcf,node_agent_mmd_orchestration_layer_orchestration_sugg_85c5ebe3,node_agent_mmd_memory_vector_layer_memorylayer_sugges_267f408d,types_23_4352ee2e,overload_guard_2748c559 memNode
